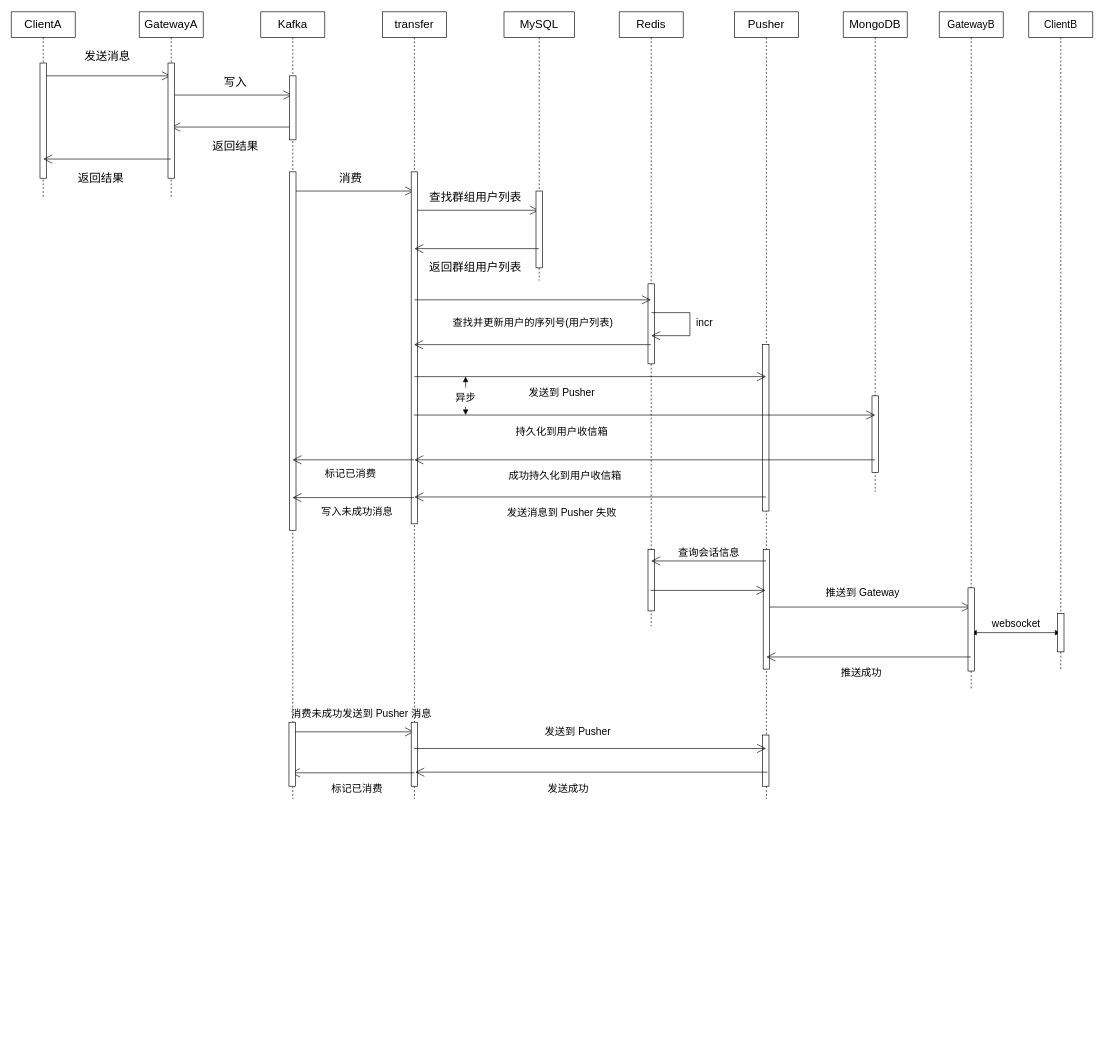
geraldkohn/LiteIM keeps this draw.io diagram as docs/push.drawio. Above is the earlier version. Source tidied: cells renumbered, new cells numbered last; positions are measured from the earlier drawing's top-left corner, leaving out a move shared by most shapes. Both pictures are drawn from the tidied source at 64%, with x=0, y=0 at pixel (11, 12).
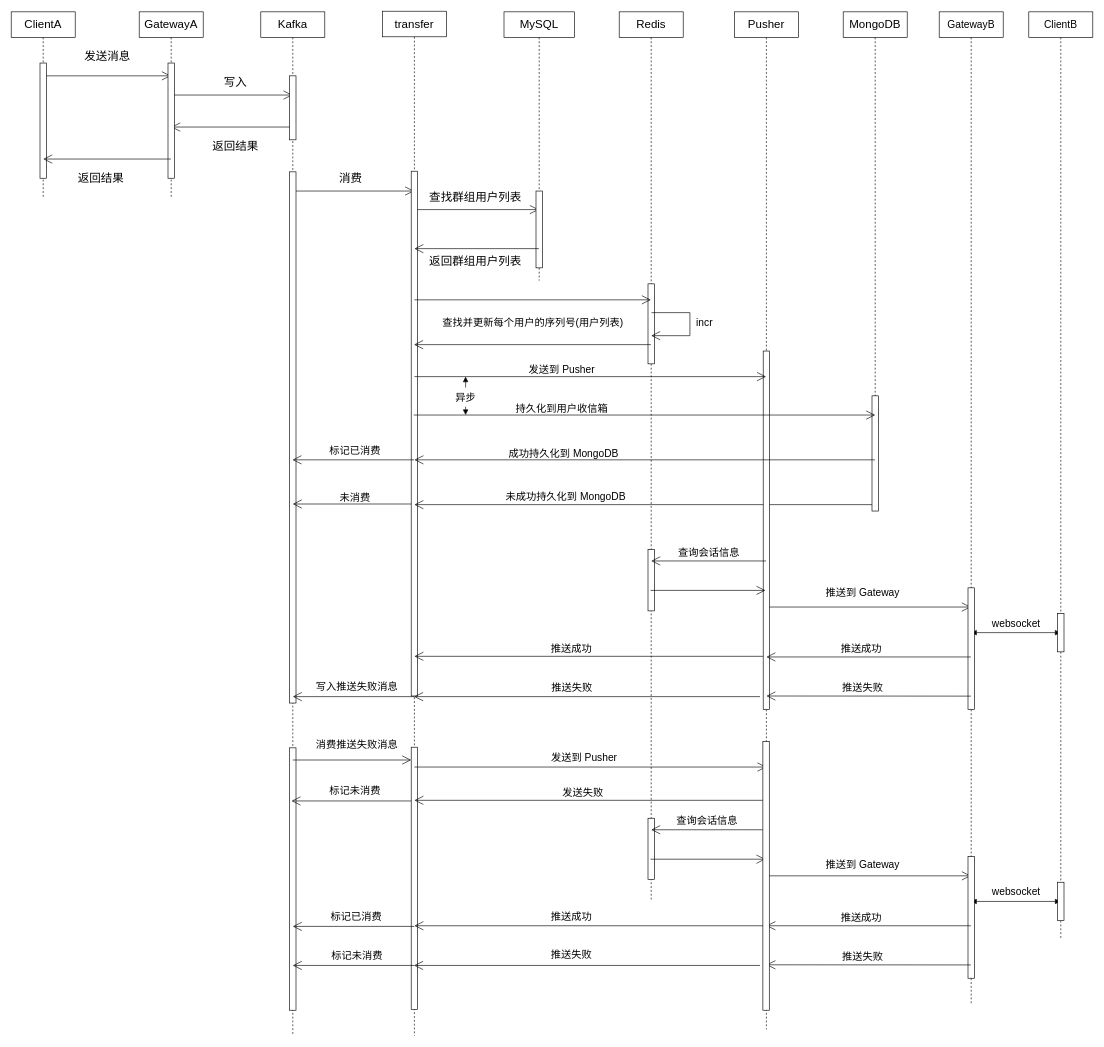
The same diagram, later.

Diff of the diagram source:
```diff
@@
     <mxCell id="9" value="Kafka" style="shape=umlLifeline;perimeter=lifelinePerimeter;whiteSpace=wrap;html=1;outlineConnect=0;fontSize=18;" parent="1" vertex="1">
-      <mxGeometry x="390" width="100" height="1230" as="geometry" />
+      <mxGeometry x="390" width="100" height="1600" as="geometry" />
     </mxCell>
@@
-    <mxCell id="12" style="endArrow=open;endFill=1;endSize=12;html=1;rounded=0;fontSize=16;" parent="9" edge="1" target="14">
-      <mxGeometry relative="1" as="geometry">
-        <mxPoint x="50" y="1125" as="sourcePoint" />
-      </mxGeometry>
-    </mxCell>
     <mxCell id="13" style="html=1;perimeter=orthogonalPerimeter;fontSize=16;" parent="9" vertex="1">
-      <mxGeometry x="45" y="250" width="10" height="560" as="geometry" />
+      <mxGeometry x="45" y="250" width="10" height="830" as="geometry" />
     </mxCell>
+    <mxCell id="79" style="endArrow=open;endFill=1;endSize=12;html=1;rounded=0;fontSize=16;" parent="9" edge="1">
+      <mxGeometry relative="1" as="geometry">
+        <mxPoint x="240" y="1070" as="sourcePoint" />
+        <mxPoint x="50" y="1070" as="targetPoint" />
+      </mxGeometry>
+    </mxCell>
+    <mxCell id="77" style="html=1;perimeter=orthogonalPerimeter;fontSize=16;" parent="9" vertex="1">
+      <mxGeometry x="45" y="1150" width="10" height="410" as="geometry" />
+    </mxCell>
+    <mxCell id="80" style="endArrow=open;endFill=1;endSize=12;html=1;rounded=0;fontSize=16;" parent="9" edge="1">
+      <mxGeometry relative="1" as="geometry">
+        <mxPoint x="238" y="1233" as="sourcePoint" />
+        <mxPoint x="48" y="1233" as="targetPoint" />
+      </mxGeometry>
+    </mxCell>
     <mxCell id="14" value="transfer" style="shape=umlLifeline;perimeter=lifelinePerimeter;whiteSpace=wrap;html=1;outlineConnect=0;fontSize=18;" parent="1" vertex="1">
-      <mxGeometry x="580" width="100" height="1230" as="geometry" />
+      <mxGeometry x="580" y="-1" width="100" height="1601" as="geometry" />
     </mxCell>
@@
     <mxCell id="16" style="html=1;points=[];perimeter=orthogonalPerimeter;fontSize=16;" parent="14" vertex="1">
-      <mxGeometry x="45" y="250" width="10" height="550" as="geometry" />
+      <mxGeometry x="45" y="250" width="10" height="820" as="geometry" />
     </mxCell>
+    <mxCell id="81" style="endArrow=open;endFill=1;endSize=12;html=1;rounded=0;" parent="14" edge="1">
+      <mxGeometry relative="1" as="geometry">
+        <mxPoint x="769.5" y="771" as="sourcePoint" />
+        <mxPoint x="50" y="771" as="targetPoint" />
+      </mxGeometry>
+    </mxCell>
+    <mxCell id="82" value="&lt;font style=&quot;font-size: 16px;&quot;&gt;未成功持久化到 MongoDB&lt;/font&gt;" style="edgeLabel;html=1;align=center;verticalAlign=middle;" parent="81" vertex="1">
+      <mxGeometry x="-0.4" y="4" relative="1" as="geometry">
+        <mxPoint x="-268" y="-18" as="offset" />
+      </mxGeometry>
+    </mxCell>
+    <mxCell id="83" style="endArrow=open;endFill=1;endSize=12;html=1;rounded=0;fontSize=16;" parent="14" edge="1" source="16">
+      <mxGeometry relative="1" as="geometry">
+        <mxPoint x="-140" y="770" as="targetPoint" />
+      </mxGeometry>
+    </mxCell>
+    <mxCell id="84" style="endArrow=open;endFill=1;endSize=12;html=1;rounded=0;fontSize=16;" parent="14" edge="1">
+      <mxGeometry relative="1" as="geometry">
+        <mxPoint x="600" y="1008" as="sourcePoint" />
+        <mxPoint x="50" y="1008" as="targetPoint" />
+      </mxGeometry>
+    </mxCell>
     <mxCell id="17" style="html=1;perimeter=orthogonalPerimeter;fontSize=16;" parent="14" vertex="1">
-      <mxGeometry x="45" y="1110" width="10" height="100" as="geometry" />
+      <mxGeometry x="45" y="1150" width="10" height="410" as="geometry" />
     </mxCell>
+    <mxCell id="85" style="endArrow=open;endFill=1;endSize=12;html=1;rounded=0;fontSize=16;" parent="14" edge="1">
+      <mxGeometry relative="1" as="geometry">
+        <mxPoint x="-140" y="1170" as="sourcePoint" />
+        <mxPoint x="45" y="1170" as="targetPoint" />
+      </mxGeometry>
+    </mxCell>
+    <mxCell id="75" style="endArrow=open;endFill=1;endSize=12;html=1;rounded=0;fontSize=16;" parent="14" edge="1">
+      <mxGeometry relative="1" as="geometry">
+        <mxPoint x="50" y="1430" as="sourcePoint" />
+        <mxPoint x="-140" y="1430" as="targetPoint" />
+      </mxGeometry>
+    </mxCell>
+    <mxCell id="86" style="endArrow=open;endFill=1;endSize=12;html=1;rounded=0;fontSize=16;" parent="14" edge="1">
+      <mxGeometry relative="1" as="geometry">
+        <mxPoint x="594.5" y="1233" as="sourcePoint" />
+        <mxPoint x="50" y="1233" as="targetPoint" />
+      </mxGeometry>
+    </mxCell>
     <mxCell id="18" value="Pusher" style="shape=umlLifeline;perimeter=lifelinePerimeter;whiteSpace=wrap;html=1;outlineConnect=0;fontSize=18;" parent="1" vertex="1">
-      <mxGeometry x="1130" width="100" height="1230" as="geometry" />
+      <mxGeometry x="1130" width="100" height="1590" as="geometry" />
     </mxCell>
@@
     <mxCell id="20" style="html=1;perimeter=orthogonalPerimeter;fontSize=16;" parent="18" vertex="1">
-      <mxGeometry x="45" y="840" width="10" height="187" as="geometry" />
+      <mxGeometry x="45" y="530" width="10" height="560" as="geometry" />
     </mxCell>
-    <mxCell id="21" style="html=1;perimeter=orthogonalPerimeter;fontSize=16;" parent="18" vertex="1">
-      <mxGeometry x="44" y="520" width="10" height="260" as="geometry" />
-    </mxCell>
-    <mxCell id="22" style="html=1;perimeter=orthogonalPerimeter;fontSize=16;" parent="18" vertex="1">
-      <mxGeometry x="44" y="1130" width="10" height="80" as="geometry" />
-    </mxCell>
@@
     <mxCell id="31" value="MongoDB" style="shape=umlLifeline;perimeter=lifelinePerimeter;whiteSpace=wrap;html=1;outlineConnect=0;fontSize=18;" parent="1" vertex="1">
-      <mxGeometry x="1300" width="100" height="750" as="geometry" />
+      <mxGeometry x="1300" width="100" height="780" as="geometry" />
     </mxCell>
     <mxCell id="32" style="html=1;perimeter=orthogonalPerimeter;fontSize=16;" parent="31" vertex="1">
-      <mxGeometry x="45" y="600" width="10" height="120" as="geometry" />
+      <mxGeometry x="45" y="600" width="10" height="180" as="geometry" />
     </mxCell>
     <mxCell id="33" value="Redis" style="shape=umlLifeline;perimeter=lifelinePerimeter;whiteSpace=wrap;html=1;outlineConnect=0;fontSize=18;" parent="1" vertex="1">
-      <mxGeometry x="950" width="100" height="960" as="geometry" />
+      <mxGeometry x="950" width="100" height="1390" as="geometry" />
     </mxCell>
@@
+    <mxCell id="72" style="endArrow=open;endFill=1;endSize=12;html=1;rounded=0;fontSize=16;" parent="33" edge="1">
+      <mxGeometry relative="1" as="geometry">
+        <mxPoint x="-320" y="1180" as="sourcePoint" />
+        <mxPoint x="230.1" y="1180" as="targetPoint" />
+      </mxGeometry>
+    </mxCell>
@@
     <mxCell id="38" value="返回群组用户列表" style="text;html=1;align=center;verticalAlign=middle;strokeColor=none;fillColor=none;fontSize=18;" parent="1" vertex="1">
-      <mxGeometry x="640" y="380" width="170" height="40" as="geometry" />
+      <mxGeometry x="640" y="370" width="170" height="40" as="geometry" />
     </mxCell>
@@
-    <mxCell id="41" value="&lt;font style=&quot;font-size: 16px;&quot;&gt;查找并更新用户的序列号(用户列表)&lt;/font&gt;" style="text;html=1;align=center;verticalAlign=middle;strokeColor=none;fillColor=none;fontSize=18;" parent="1" vertex="1">
-      <mxGeometry x="680" y="465" width="270" height="40" as="geometry" />
+    <mxCell id="41" value="&lt;font style=&quot;font-size: 16px;&quot;&gt;查找并更新每个用户的序列号(用户列表)&lt;/font&gt;" style="text;html=1;align=center;verticalAlign=middle;strokeColor=none;fillColor=none;fontSize=18;" parent="1" vertex="1">
+      <mxGeometry x="660" y="465" width="310" height="40" as="geometry" />
     </mxCell>
@@
     <mxCell id="45" value="发送到 Pusher" style="text;html=1;align=center;verticalAlign=middle;strokeColor=none;fillColor=none;fontSize=16;" parent="1" vertex="1">
-      <mxGeometry x="795" y="580" width="130" height="30" as="geometry" />
+      <mxGeometry x="795" y="544" width="130" height="30" as="geometry" />
     </mxCell>
@@
     <mxCell id="47" value="持久化到用户收信箱" style="text;html=1;align=center;verticalAlign=middle;strokeColor=none;fillColor=none;fontSize=16;" parent="1" vertex="1">
-      <mxGeometry x="775" y="640" width="170" height="30" as="geometry" />
+      <mxGeometry x="775" y="604" width="170" height="30" as="geometry" />
     </mxCell>
@@
-    <mxCell id="52" value="成功持久化到用户收信箱" style="text;html=1;align=center;verticalAlign=middle;strokeColor=none;fillColor=none;fontSize=16;" parent="1" vertex="1">
-      <mxGeometry x="765" y="710" width="200" height="30" as="geometry" />
+    <mxCell id="52" value="成功持久化到 MongoDB" style="text;html=1;align=center;verticalAlign=middle;strokeColor=none;fillColor=none;fontSize=16;" parent="1" vertex="1">
+      <mxGeometry x="763" y="675" width="200" height="30" as="geometry" />
     </mxCell>
@@
     <mxCell id="54" value="标记已消费" style="text;html=1;align=center;verticalAlign=middle;strokeColor=none;fillColor=none;fontSize=16;" parent="1" vertex="1">
-      <mxGeometry x="480" y="707" width="100" height="30" as="geometry" />
+      <mxGeometry x="487" y="670" width="100" height="30" as="geometry" />
     </mxCell>
-    <mxCell id="55" style="endArrow=open;endFill=1;endSize=12;html=1;rounded=0;fontSize=16;" parent="1" edge="1">
-      <mxGeometry relative="1" as="geometry">
-        <mxPoint x="1179.5" y="758" as="sourcePoint" />
-        <mxPoint x="630" y="758" as="targetPoint" />
-      </mxGeometry>
-    </mxCell>
-    <mxCell id="56" value="发送消息到 Pusher 失败" style="text;html=1;align=center;verticalAlign=middle;strokeColor=none;fillColor=none;fontSize=16;" parent="1" vertex="1">
-      <mxGeometry x="760" y="767" width="200" height="30" as="geometry" />
-    </mxCell>
-    <mxCell id="57" style="endArrow=open;endFill=1;endSize=12;html=1;rounded=0;fontSize=16;" parent="1" edge="1">
-      <mxGeometry relative="1" as="geometry">
-        <mxPoint x="629.5" y="759" as="sourcePoint" />
-        <mxPoint x="439.5" y="759" as="targetPoint" />
-      </mxGeometry>
-    </mxCell>
-    <mxCell id="58" value="写入未成功消息" style="text;html=1;align=center;verticalAlign=middle;strokeColor=none;fillColor=none;fontSize=16;" parent="1" vertex="1">
-      <mxGeometry x="470" y="765" width="140" height="30" as="geometry" />
-    </mxCell>
@@
     <mxCell id="62" value="GatewayB" style="shape=umlLifeline;perimeter=lifelinePerimeter;whiteSpace=wrap;html=1;outlineConnect=0;fontSize=16;" parent="1" vertex="1">
-      <mxGeometry x="1450" width="100" height="1060" as="geometry" />
+      <mxGeometry x="1450" width="100" height="1550" as="geometry" />
     </mxCell>
@@
     <mxCell id="64" style="html=1;perimeter=orthogonalPerimeter;fontSize=16;" parent="62" vertex="1">
-      <mxGeometry x="45" y="900" width="10" height="130" as="geometry" />
+      <mxGeometry x="45" y="900" width="10" height="190" as="geometry" />
     </mxCell>
     <mxCell id="65" value="ClientB" style="shape=umlLifeline;perimeter=lifelinePerimeter;whiteSpace=wrap;html=1;outlineConnect=0;fontSize=16;" parent="1" vertex="1">
-      <mxGeometry x="1590" width="100" height="1030" as="geometry" />
+      <mxGeometry x="1590" width="100" height="1450" as="geometry" />
     </mxCell>
@@
     <mxCell id="69" value="推送成功" style="text;html=1;align=center;verticalAlign=middle;strokeColor=none;fillColor=none;fontSize=16;" parent="1" vertex="1">
-      <mxGeometry x="1283" y="1018" width="90" height="30" as="geometry" />
+      <mxGeometry x="1283" y="980" width="90" height="30" as="geometry" />
     </mxCell>
@@
-    <mxCell id="71" value="消费未成功发送到 Pusher 消息" style="text;html=1;align=center;verticalAlign=middle;strokeColor=none;fillColor=none;fontSize=16;" parent="1" vertex="1">
-      <mxGeometry x="427" y="1082" width="240" height="30" as="geometry" />
+    <mxCell id="71" value="发送失败" style="text;html=1;align=center;verticalAlign=middle;strokeColor=none;fillColor=none;fontSize=16;" parent="1" vertex="1">
+      <mxGeometry x="848" y="1204" width="90" height="30" as="geometry" />
     </mxCell>
-    <mxCell id="72" style="endArrow=open;endFill=1;endSize=12;html=1;rounded=0;fontSize=16;" parent="1" edge="1">
-      <mxGeometry relative="1" as="geometry">
-        <mxPoint x="629.4" y="1151" as="sourcePoint" />
-        <mxPoint x="1179.5" y="1151" as="targetPoint" />
-      </mxGeometry>
-    </mxCell>
     <mxCell id="73" value="发送到 Pusher" style="text;html=1;align=center;verticalAlign=middle;strokeColor=none;fillColor=none;fontSize=16;" parent="1" vertex="1">
-      <mxGeometry x="820" y="1110" width="130" height="30" as="geometry" />
+      <mxGeometry x="830" y="1150" width="130" height="30" as="geometry" />
     </mxCell>
-    <mxCell id="74" value="发送成功" style="text;html=1;align=center;verticalAlign=middle;strokeColor=none;fillColor=none;fontSize=16;" parent="1" vertex="1">
-      <mxGeometry x="825" y="1198" width="90" height="30" as="geometry" />
-    </mxCell>
-    <mxCell id="75" style="endArrow=open;endFill=1;endSize=12;html=1;rounded=0;fontSize=16;" parent="1" edge="1">
-      <mxGeometry relative="1" as="geometry">
-        <mxPoint x="630" y="1189" as="sourcePoint" />
-        <mxPoint x="437" y="1189" as="targetPoint" />
-      </mxGeometry>
-    </mxCell>
     <mxCell id="76" value="标记已消费" style="text;html=1;align=center;verticalAlign=middle;strokeColor=none;fillColor=none;fontSize=16;" parent="1" vertex="1">
-      <mxGeometry x="490" y="1198" width="100" height="30" as="geometry" />
+      <mxGeometry x="489" y="1398" width="100" height="30" as="geometry" />
     </mxCell>
-    <mxCell id="77" style="html=1;perimeter=orthogonalPerimeter;fontSize=16;" parent="1" vertex="1">
-      <mxGeometry x="434" y="1110" width="10" height="100" as="geometry" />
-    </mxCell>
-    <mxCell id="78" style="endArrow=open;endFill=1;endSize=12;html=1;rounded=0;fontSize=16;" parent="1" edge="1">
-      <mxGeometry relative="1" as="geometry">
-        <mxPoint x="1181.5" y="1188" as="sourcePoint" />
-        <mxPoint x="631.4" y="1188" as="targetPoint" />
-      </mxGeometry>
-    </mxCell>
+    <mxCell id="87" value="未消费" style="text;html=1;align=center;verticalAlign=middle;strokeColor=none;fillColor=none;fontSize=16;" parent="1" vertex="1">
+      <mxGeometry x="502" y="744" width="70" height="30" as="geometry" />
+    </mxCell>
+    <mxCell id="88" style="endArrow=open;endFill=1;endSize=12;html=1;rounded=0;fontSize=16;" parent="1" edge="1">
+      <mxGeometry relative="1" as="geometry">
+        <mxPoint x="1499.5" y="1069.2" as="sourcePoint" />
+        <mxPoint x="1180" y="1069" as="targetPoint" />
+      </mxGeometry>
+    </mxCell>
+    <mxCell id="89" value="推送失败" style="text;html=1;align=center;verticalAlign=middle;strokeColor=none;fillColor=none;fontSize=16;" parent="1" vertex="1">
+      <mxGeometry x="1285" y="1041" width="90" height="30" as="geometry" />
+    </mxCell>
+    <mxCell id="90" style="endArrow=open;endFill=1;endSize=12;html=1;rounded=0;fontSize=16;" parent="1" edge="1" target="14">
+      <mxGeometry relative="1" as="geometry">
+        <mxPoint x="1170" y="1070" as="sourcePoint" />
+      </mxGeometry>
+    </mxCell>
+    <mxCell id="91" value="推送失败" style="text;html=1;align=center;verticalAlign=middle;strokeColor=none;fillColor=none;fontSize=16;" parent="1" vertex="1">
+      <mxGeometry x="831" y="1041" width="90" height="30" as="geometry" />
+    </mxCell>
+    <mxCell id="92" value="写入推送失败消息" style="text;html=1;align=center;verticalAlign=middle;strokeColor=none;fillColor=none;fontSize=16;" parent="1" vertex="1">
+      <mxGeometry x="465" y="1039" width="150" height="30" as="geometry" />
+    </mxCell>
+    <mxCell id="93" value="推送成功" style="text;html=1;align=center;verticalAlign=middle;strokeColor=none;fillColor=none;fontSize=16;" parent="1" vertex="1">
+      <mxGeometry x="830" y="979" width="90" height="30" as="geometry" />
+    </mxCell>
+    <mxCell id="94" value="消费推送失败消息" style="text;html=1;align=center;verticalAlign=middle;strokeColor=none;fillColor=none;fontSize=16;" parent="1" vertex="1">
+      <mxGeometry x="465" y="1130" width="150" height="30" as="geometry" />
+    </mxCell>
+    <mxCell id="95" style="endArrow=open;endFill=1;endSize=12;html=1;rounded=0;fontSize=16;" parent="1" edge="1">
+      <mxGeometry relative="1" as="geometry">
+        <mxPoint x="630" y="1490" as="sourcePoint" />
+        <mxPoint x="440" y="1490" as="targetPoint" />
+      </mxGeometry>
+    </mxCell>
+    <mxCell id="96" style="endArrow=open;endFill=1;endSize=12;html=1;rounded=0;fontSize=16;" parent="1" edge="1">
+      <mxGeometry relative="1" as="geometry">
+        <mxPoint x="1180" y="1428" as="sourcePoint" />
+        <mxPoint x="630" y="1428" as="targetPoint" />
+      </mxGeometry>
+    </mxCell>
+    <mxCell id="97" style="endArrow=open;endFill=1;endSize=12;html=1;rounded=0;fontSize=16;" parent="1" edge="1">
+      <mxGeometry relative="1" as="geometry">
+        <mxPoint x="1180" y="1350" as="sourcePoint" />
+        <mxPoint x="1499.5" y="1350" as="targetPoint" />
+      </mxGeometry>
+    </mxCell>
+    <mxCell id="98" style="html=1;perimeter=orthogonalPerimeter;fontSize=16;" parent="1" vertex="1">
+      <mxGeometry x="995" y="1260" width="10" height="96" as="geometry" />
+    </mxCell>
+    <mxCell id="99" style="endArrow=open;endFill=1;endSize=12;html=1;rounded=0;fontSize=16;" parent="1" edge="1" source="114">
+      <mxGeometry relative="1" as="geometry">
+        <mxPoint x="1000" y="1278" as="targetPoint" />
+      </mxGeometry>
+    </mxCell>
+    <mxCell id="100" style="endArrow=open;endFill=1;endSize=12;html=1;rounded=0;fontSize=16;" parent="1" edge="1">
+      <mxGeometry relative="1" as="geometry">
+        <mxPoint x="999" y="1324" as="sourcePoint" />
+        <mxPoint x="1178.5" y="1324" as="targetPoint" />
+      </mxGeometry>
+    </mxCell>
+    <mxCell id="101" style="endArrow=block;startArrow=block;endFill=1;startFill=1;html=1;rounded=0;fontSize=16;" parent="1" edge="1">
+      <mxGeometry relative="1" as="geometry">
+        <mxPoint x="1500" y="1390" as="sourcePoint" />
+        <mxPoint x="1639.5" y="1390" as="targetPoint" />
+      </mxGeometry>
+    </mxCell>
+    <mxCell id="102" style="html=1;perimeter=orthogonalPerimeter;fontSize=16;" parent="1" vertex="1">
+      <mxGeometry x="1495" y="1320" width="10" height="190" as="geometry" />
+    </mxCell>
+    <mxCell id="103" value="websocket" style="text;html=1;align=center;verticalAlign=middle;strokeColor=none;fillColor=none;fontSize=16;" parent="1" vertex="1">
+      <mxGeometry x="1520" y="1360" width="100" height="30" as="geometry" />
+    </mxCell>
+    <mxCell id="104" style="html=1;perimeter=orthogonalPerimeter;fontSize=16;" parent="1" vertex="1">
+      <mxGeometry x="1635" y="1360" width="10" height="60" as="geometry" />
+    </mxCell>
+    <mxCell id="105" value="推送到 Gateway" style="text;html=1;align=center;verticalAlign=middle;strokeColor=none;fillColor=none;fontSize=16;" parent="1" vertex="1">
+      <mxGeometry x="1260" y="1318" width="140" height="30" as="geometry" />
+    </mxCell>
+    <mxCell id="106" value="推送成功" style="text;html=1;align=center;verticalAlign=middle;strokeColor=none;fillColor=none;fontSize=16;" parent="1" vertex="1">
+      <mxGeometry x="1283" y="1400" width="90" height="30" as="geometry" />
+    </mxCell>
+    <mxCell id="107" style="endArrow=open;endFill=1;endSize=12;html=1;rounded=0;fontSize=16;" parent="1" edge="1">
+      <mxGeometry relative="1" as="geometry">
+        <mxPoint x="1499.5" y="1428" as="sourcePoint" />
+        <mxPoint x="1180" y="1428" as="targetPoint" />
+      </mxGeometry>
+    </mxCell>
+    <mxCell id="108" style="endArrow=open;endFill=1;endSize=12;html=1;rounded=0;fontSize=16;" parent="1" edge="1">
+      <mxGeometry relative="1" as="geometry">
+        <mxPoint x="1499.5" y="1489.2" as="sourcePoint" />
+        <mxPoint x="1180" y="1489" as="targetPoint" />
+      </mxGeometry>
+    </mxCell>
+    <mxCell id="109" value="推送失败" style="text;html=1;align=center;verticalAlign=middle;strokeColor=none;fillColor=none;fontSize=16;" parent="1" vertex="1">
+      <mxGeometry x="1285" y="1461" width="90" height="30" as="geometry" />
+    </mxCell>
+    <mxCell id="110" style="endArrow=open;endFill=1;endSize=12;html=1;rounded=0;fontSize=16;" parent="1" edge="1">
+      <mxGeometry relative="1" as="geometry">
+        <mxPoint x="1170" y="1490" as="sourcePoint" />
+        <mxPoint x="629.5" y="1490" as="targetPoint" />
+      </mxGeometry>
+    </mxCell>
+    <mxCell id="111" value="推送失败" style="text;html=1;align=center;verticalAlign=middle;strokeColor=none;fillColor=none;fontSize=16;" parent="1" vertex="1">
+      <mxGeometry x="830" y="1458" width="90" height="30" as="geometry" />
+    </mxCell>
+    <mxCell id="112" value="标记未消费" style="text;html=1;align=center;verticalAlign=middle;strokeColor=none;fillColor=none;fontSize=16;" parent="1" vertex="1">
+      <mxGeometry x="490" y="1459" width="100" height="30" as="geometry" />
+    </mxCell>
+    <mxCell id="113" value="推送成功" style="text;html=1;align=center;verticalAlign=middle;strokeColor=none;fillColor=none;fontSize=16;" parent="1" vertex="1">
+      <mxGeometry x="830" y="1399" width="90" height="30" as="geometry" />
+    </mxCell>
+    <mxCell id="114" style="html=1;points=[];perimeter=orthogonalPerimeter;fontSize=16;" parent="1" vertex="1">
+      <mxGeometry x="1174.5" y="1140" width="10" height="420" as="geometry" />
+    </mxCell>
+    <mxCell id="115" value="查询会话信息" style="text;html=1;align=center;verticalAlign=middle;strokeColor=none;fillColor=none;fontSize=16;" parent="1" vertex="1">
+      <mxGeometry x="1027" y="1249" width="120" height="30" as="geometry" />
+    </mxCell>
+    <mxCell id="116" value="标记未消费" style="text;html=1;align=center;verticalAlign=middle;strokeColor=none;fillColor=none;fontSize=16;" parent="1" vertex="1">
+      <mxGeometry x="487" y="1202" width="100" height="30" as="geometry" />
+    </mxCell>
```
